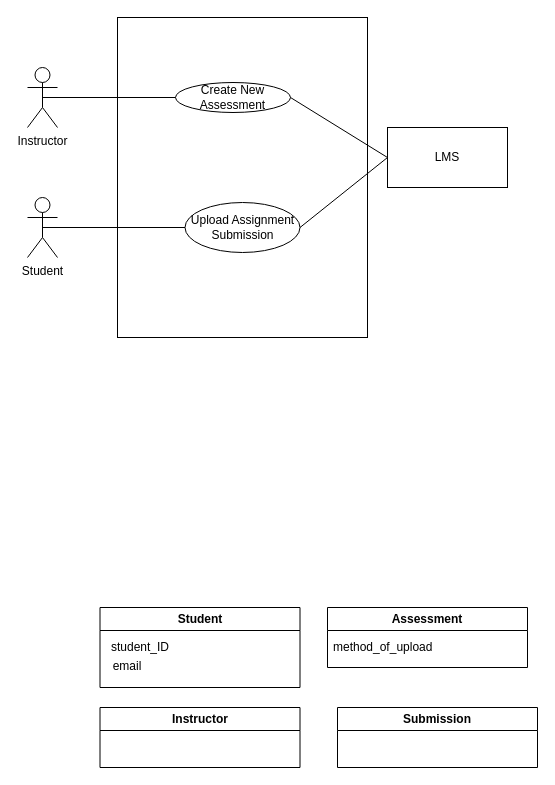
Earlier version of the draw.io diagram domain_model_Workshop_2.drawio (antonykimuom/SWEN30006-2025-SM1-workshop1-tuew05-14-00-team-12). Source tidied: cells renumbered, new cells numbered last; positions are measured from the earlier drawing's top-left corner, leaving out a move shared by most shapes. Both pictures are drawn from the tidied source at 100%, with x=0, y=0 at pixel (27, 17).
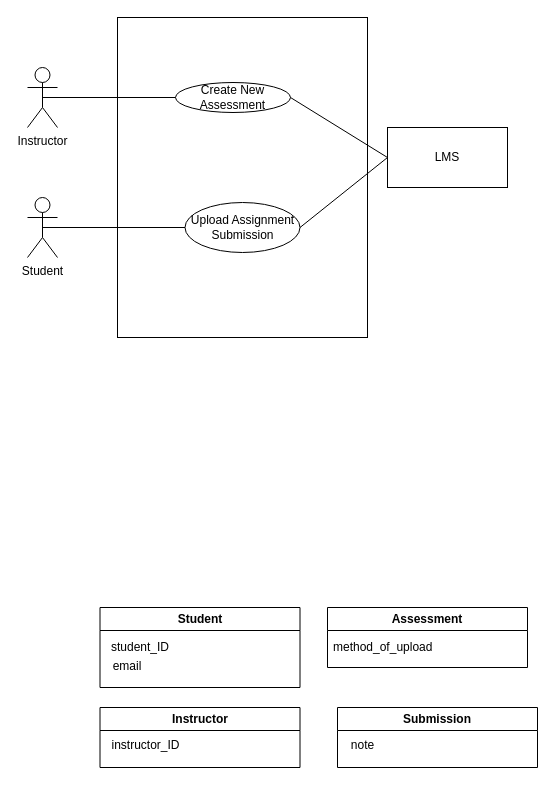
The same page after the edit.

Unchanged cells that the change refers to:
```xml
<mxCell id="15" value="Instructor" style="swimlane;whiteSpace=wrap;html=1;" parent="1" vertex="1">
  <mxGeometry x="72.5" y="690" width="200" height="60" as="geometry" />
</mxCell>
<mxCell id="18" value="Submission" style="swimlane;whiteSpace=wrap;html=1;" parent="1" vertex="1">
  <mxGeometry x="310" y="690" width="200" height="60" as="geometry" />
</mxCell>
```

What changed in the source:
```diff
@@
+    <mxCell id="19" value="instructor_ID" style="text;html=1;align=center;verticalAlign=middle;strokeColor=none;fillColor=none;" parent="15" vertex="1">
+      <mxGeometry y="23" width="90" height="30" as="geometry" />
+    </mxCell>
@@
+    <mxCell id="20" value="note" style="text;html=1;align=center;verticalAlign=middle;strokeColor=none;fillColor=none;" parent="18" vertex="1">
+      <mxGeometry y="23" width="50" height="30" as="geometry" />
+    </mxCell>
```
